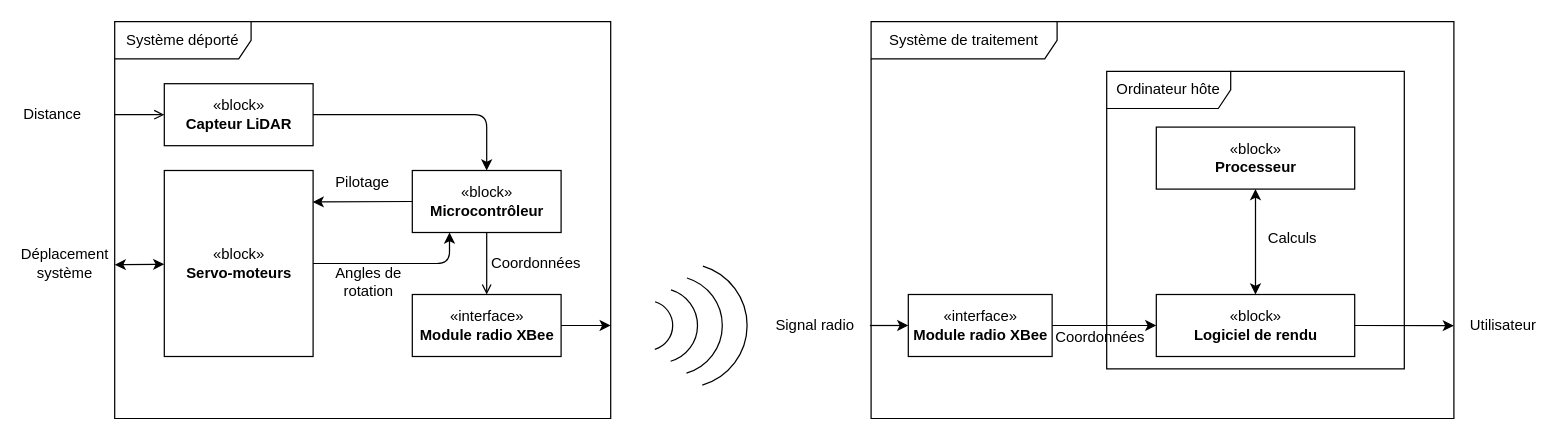
theovidal/mapping keeps this draw.io diagram as assets/docs/Description structurelle.drawio. Above is the earlier version. Source tidied: cells renumbered, new cells numbered last; positions are measured from the earlier drawing's top-left corner, leaving out a move shared by most shapes. Both pictures are drawn from the tidied source at 124%, with x=0, y=0 at pixel (27, 21).
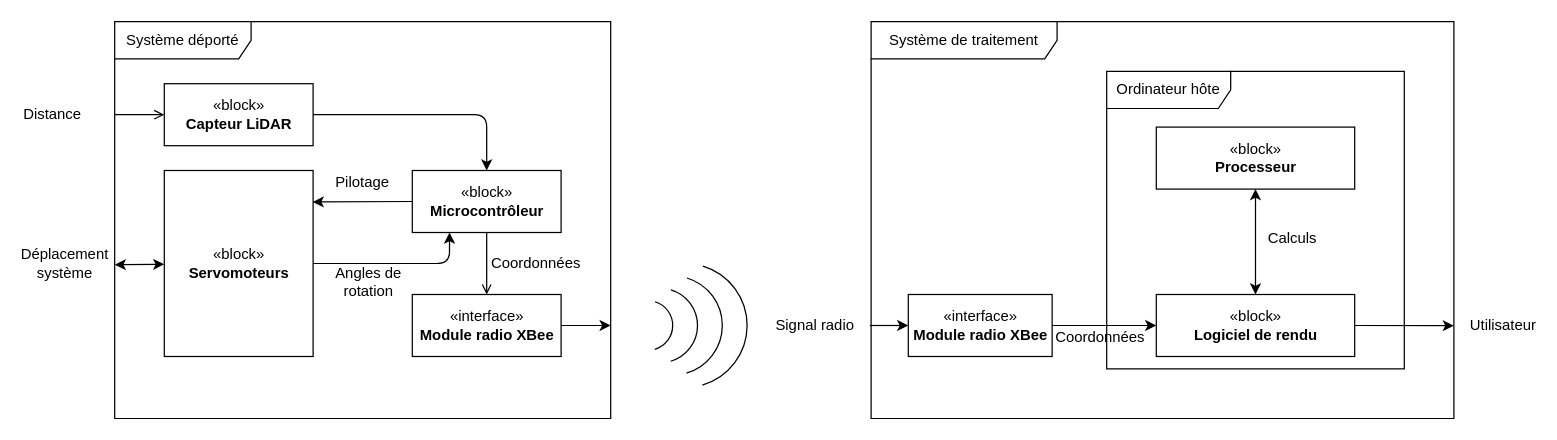
The same diagram, later.

Diff of the diagram source:
```diff
@@
-    <mxCell id="18" value="«block»&lt;br&gt;&lt;b&gt;Servo-moteurs&lt;/b&gt;" style="html=1;" parent="1" vertex="1">
+    <mxCell id="18" value="«block»&lt;br&gt;&lt;b&gt;Servomoteurs&lt;/b&gt;" style="html=1;" parent="1" vertex="1">
       <mxGeometry x="110" y="120" width="120" height="150" as="geometry" />
     </mxCell>
```
